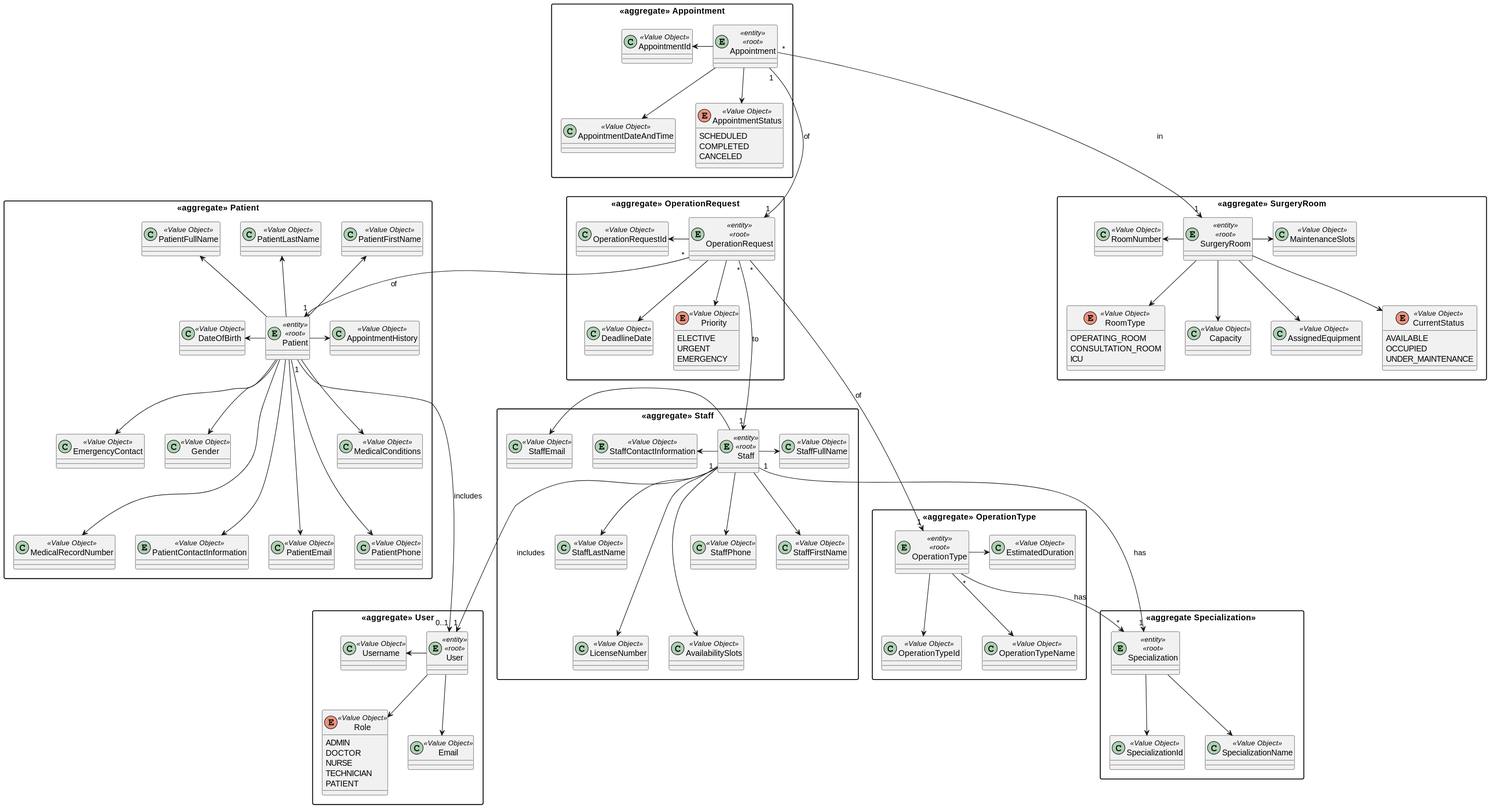
Earlier version of the PlantUML export docs/domain-model/domain-model.svg (1220846/sem5pi-24-25-3ddg20).
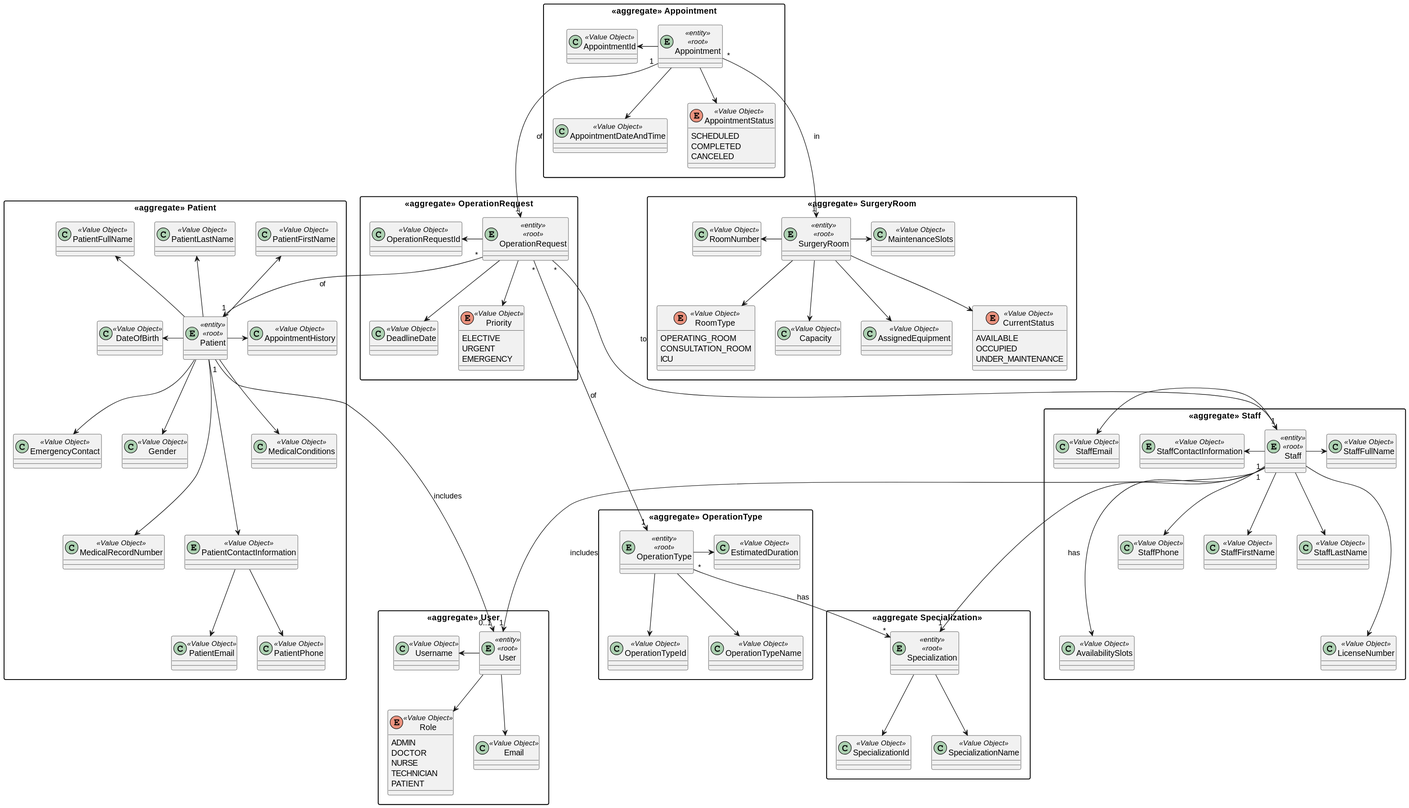
After the change.

Commit message:
#25 domain model update v0.7

What changed in the source:
```diff
@@ -241,8 +241,8 @@
 Patient --> MedicalConditions
 Patient --> EmergencyContact
 Patient -> AppointmentHistory
-Patient ---> PatientEmail
-Patient ---> PatientPhone
+PatientContactInformation --> PatientEmail
+PatientContactInformation --> PatientPhone
 Patient "1" --> "0..1" User: includes
 
 Staff --> StaffFirstName
```
